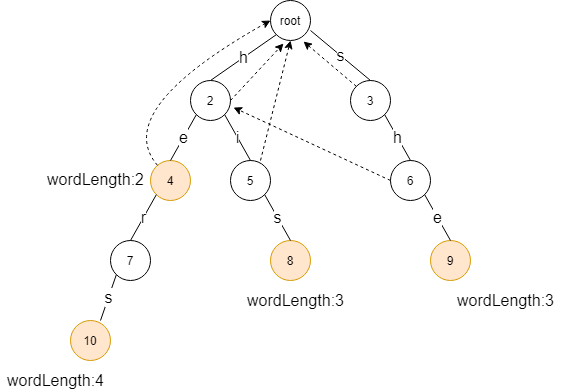
guozhchun/guozhchun.github.io keeps this draw.io diagram as images/automation-8.png. Above is the earlier version. Source tidied: cells renumbered, new cells last; positions are measured from the earlier drawing's top-left corner, leaving out a move shared by most shapes.
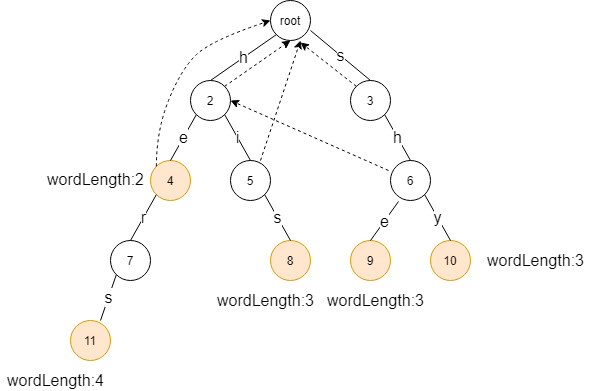
After the commit.

Diff of the diagram source:
```diff
@@ -28,13 +28,13 @@
     <mxCell id="9" value="3" style="ellipse;whiteSpace=wrap;html=1;" parent="1" vertex="1">
       <mxGeometry x="350" y="80" width="40" height="40" as="geometry" />
     </mxCell>
-    <mxCell id="10" value="9" style="ellipse;whiteSpace=wrap;html=1;fillColor=#ffe6cc;strokeColor=#d79b00;" parent="1" vertex="1">
-      <mxGeometry x="430" y="240" width="40" height="40" as="geometry" />
+    <mxCell id="10" value="9" style="ellipse;whiteSpace=wrap;html=1;fillColor=#ffe6cc;strokeColor=#d79b00;direction=west;" parent="1" vertex="1">
+      <mxGeometry x="350" y="240" width="40" height="40" as="geometry" />
     </mxCell>
     <mxCell id="11" value="6" style="ellipse;whiteSpace=wrap;html=1;" parent="1" vertex="1">
       <mxGeometry x="390" y="160" width="40" height="40" as="geometry" />
     </mxCell>
-    <mxCell id="12" value="&lt;font size=&quot;3&quot;&gt;e&lt;/font&gt;" style="endArrow=none;html=1;exitX=0.5;exitY=0;exitDx=0;exitDy=0;entryX=1;entryY=1;entryDx=0;entryDy=0;" parent="1" edge="1" source="10" target="11">
+    <mxCell id="12" value="&lt;font size=&quot;3&quot;&gt;e&lt;/font&gt;" style="endArrow=none;html=1;exitX=0.5;exitY=1;exitDx=0;exitDy=0;entryX=0.2;entryY=1.025;entryDx=0;entryDy=0;entryPerimeter=0;" parent="1" edge="1" source="10" target="11">
       <mxGeometry relative="1" as="geometry" />
     </mxCell>
     <mxCell id="13" value="&lt;font size=&quot;3&quot;&gt;h&lt;/font&gt;" style="endArrow=none;html=1;entryX=1;entryY=1;entryDx=0;entryDy=0;exitX=0.5;exitY=0;exitDx=0;exitDy=0;" parent="1" edge="1" source="11" target="9">
@@ -51,7 +51,7 @@
     <mxCell id="16" value="&lt;font style=&quot;font-size: 16px&quot;&gt;r&lt;/font&gt;" style="endArrow=none;html=1;entryX=0;entryY=1;entryDx=0;entryDy=0;exitX=0.5;exitY=0;exitDx=0;exitDy=0;" parent="1" edge="1" source="15" target="5">
       <mxGeometry relative="1" as="geometry" />
     </mxCell>
-    <mxCell id="17" value="10" style="ellipse;whiteSpace=wrap;html=1;fillColor=#ffe6cc;strokeColor=#d79b00;" parent="1" vertex="1">
+    <mxCell id="17" value="11" style="ellipse;whiteSpace=wrap;html=1;fillColor=#ffe6cc;strokeColor=#d79b00;" parent="1" vertex="1">
       <mxGeometry x="70" y="320" width="40" height="40" as="geometry" />
     </mxCell>
     <mxCell id="18" value="&lt;font style=&quot;font-size: 16px&quot;&gt;s&lt;/font&gt;" style="endArrow=none;html=1;exitX=0.75;exitY=0;exitDx=0;exitDy=0;exitPerimeter=0;entryX=0;entryY=1;entryDx=0;entryDy=0;" parent="1" edge="1" source="17" target="15">
@@ -70,30 +70,42 @@
       <mxGeometry y="370" width="110" height="20" as="geometry" />
     </mxCell>
     <mxCell id="23" value="&lt;font style=&quot;font-size: 16px&quot;&gt;wordLength:3&lt;/font&gt;" style="text;html=1;align=center;verticalAlign=middle;" parent="1" vertex="1">
-      <mxGeometry x="240" y="290" width="110" height="20" as="geometry" />
+      <mxGeometry x="210" y="290" width="110" height="20" as="geometry" />
     </mxCell>
     <mxCell id="24" value="&lt;font style=&quot;font-size: 16px&quot;&gt;wordLength:3&lt;/font&gt;" style="text;html=1;align=center;verticalAlign=middle;" parent="1" vertex="1">
-      <mxGeometry x="450" y="290" width="110" height="20" as="geometry" />
+      <mxGeometry x="320" y="290" width="110" height="20" as="geometry" />
     </mxCell>
+    <mxCell id="30" value="10" style="ellipse;whiteSpace=wrap;html=1;fillColor=#ffe6cc;strokeColor=#d79b00;direction=west;" parent="1" vertex="1">
+      <mxGeometry x="430" y="240" width="40" height="40" as="geometry" />
+    </mxCell>
+    <mxCell id="31" value="&lt;font size=&quot;3&quot;&gt;y&lt;/font&gt;" style="endArrow=none;html=1;exitX=0.5;exitY=1;exitDx=0;exitDy=0;entryX=1;entryY=1;entryDx=0;entryDy=0;" parent="1" edge="1" source="30" target="11">
+      <mxGeometry relative="1" as="geometry" />
+    </mxCell>
+    <mxCell id="32" value="&lt;font style=&quot;font-size: 16px&quot;&gt;wordLength:3&lt;/font&gt;" style="text;html=1;align=center;verticalAlign=middle;" parent="1" vertex="1">
+      <mxGeometry x="480" y="250" width="110" height="20" as="geometry" />
+    </mxCell>
-    <mxCell id="25" style="endArrow=classic;html=1;exitX=1;exitY=0.5;exitDx=0;exitDy=0;entryX=0.325;entryY=1.075;entryDx=0;entryDy=0;entryPerimeter=0;dashed=1;" parent="1" edge="1" source="3" target="2">
+    <mxCell id="25" style="endArrow=classic;html=1;dashed=1;exitX=1;exitY=0;exitDx=0;exitDy=0;entryX=0.5;entryY=1;entryDx=0;entryDy=0;" parent="1" edge="1" source="3" target="2">
       <mxGeometry relative="1" as="geometry" />
     </mxCell>
-    <mxCell id="26" style="endArrow=classic;html=1;exitX=0;exitY=0;exitDx=0;exitDy=0;entryX=0.825;entryY=1.025;entryDx=0;entryDy=0;entryPerimeter=0;dashed=1;" parent="1" edge="1" source="9" target="2">
+    <mxCell id="26" style="endArrow=classic;html=1;dashed=1;exitX=0;exitY=0;exitDx=0;exitDy=0;entryX=0.75;entryY=1.05;entryDx=0;entryDy=0;entryPerimeter=0;" parent="1" edge="1" source="9" target="2">
       <mxGeometry relative="1" as="geometry" />
     </mxCell>
-    <mxCell id="27" style="curved=1;endArrow=classic;html=1;dashed=1;entryX=0;entryY=0.5;entryDx=0;entryDy=0;" parent="1" edge="1" source="5" target="2">
+    <mxCell id="27" style="curved=1;endArrow=classic;html=1;dashed=1;exitX=0;exitY=0;exitDx=0;exitDy=0;entryX=0;entryY=0.5;entryDx=0;entryDy=0;" parent="1" edge="1" source="5" target="2">
       <mxGeometry relative="1" as="geometry">
         <Array as="points">
-          <mxPoint x="110" y="110" />
+          <mxPoint x="156" y="130" />
+          <mxPoint x="180" y="70" />
+          <mxPoint x="210" y="40" />
         </Array>
       </mxGeometry>
     </mxCell>
-    <mxCell id="28" style="endArrow=classic;html=1;dashed=1;entryX=0.5;entryY=1;entryDx=0;entryDy=0;" parent="1" edge="1" target="2">
-      <mxGeometry relative="1" as="geometry">
-        <mxPoint x="260" y="160" as="sourcePoint" />
-      </mxGeometry>
-    </mxCell>
+    <mxCell id="33" style="endArrow=classic;html=1;dashed=1;" parent="1" edge="1">
+      <mxGeometry relative="1" as="geometry">
+        <mxPoint x="260" y="160" as="sourcePoint" />
+        <mxPoint x="300" y="40" as="targetPoint" />
+      </mxGeometry>
+    </mxCell>
-    <mxCell id="29" style="endArrow=classic;html=1;dashed=1;entryX=1.075;entryY=0.675;entryDx=0;entryDy=0;entryPerimeter=0;exitX=0;exitY=0.5;exitDx=0;exitDy=0;" parent="1" edge="1" source="11" target="3">
+    <mxCell id="29" style="endArrow=classic;html=1;dashed=1;exitX=-0.05;exitY=0.25;exitDx=0;exitDy=0;exitPerimeter=0;entryX=1;entryY=0.5;entryDx=0;entryDy=0;" parent="1" edge="1" source="11" target="3">
       <mxGeometry relative="1" as="geometry" />
     </mxCell>
   </root>
```
